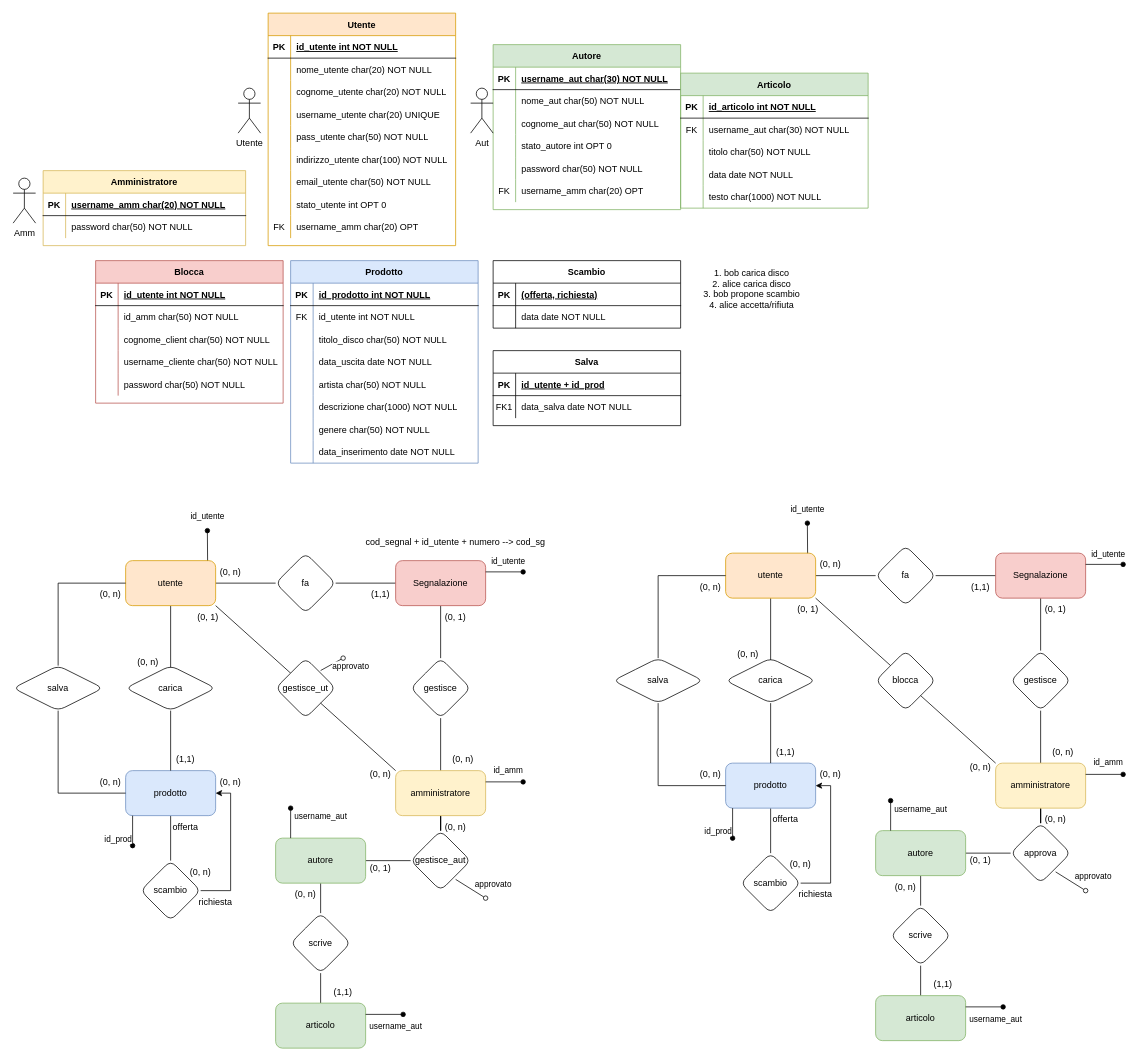
Earlier version of the draw.io diagram testDraw.drawio (nonPitte/testDraw). Source tidied: cells renumbered, new cells numbered last; positions are measured from the earlier drawing's top-left corner, leaving out a move shared by most shapes. Both pictures are drawn from the tidied source at 75%, with x=0, y=0 at pixel (13, 13).
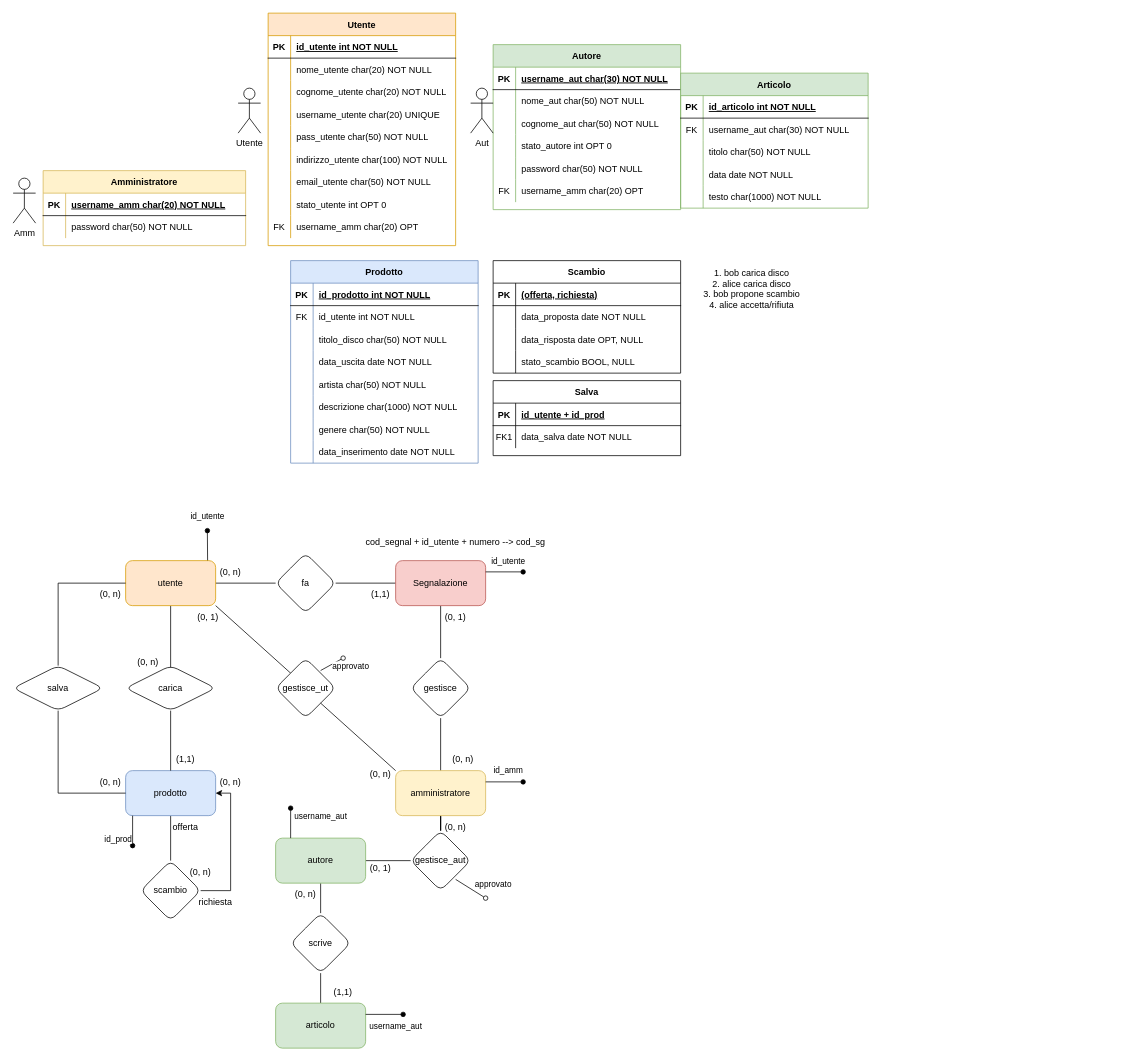
The same diagram, later.

Unchanged cells that the change refers to:
```xml
<mxCell id="126" style="shape=partialRectangle;fillColor=none;top=0;left=0;right=0;bottom=0;" parent="122" vertex="1">
  <mxGeometry y="60" width="250" height="30" as="geometry" />
</mxCell>
```

Diff of the diagram source:
```diff
@@
     <mxCell id="97" value="Salva" style="shape=table;startSize=30;childLayout=tableLayout;rowLines=0;fontStyle=1;align=center;" parent="1" vertex="1">
-      <mxGeometry x="640" y="450" width="250" height="100" as="geometry" />
+      <mxGeometry x="640" y="490" width="250" height="100" as="geometry" />
     </mxCell>
@@
-    <mxCell id="106" value="Blocca" style="shape=table;startSize=30;childLayout=tableLayout;rowLines=0;fontStyle=1;align=center;fillColor=#f8cecc;strokeColor=#b85450;" parent="1" vertex="1">
-      <mxGeometry x="110" y="330" width="250" height="190" as="geometry" />
-    </mxCell>
-    <mxCell id="107" style="shape=partialRectangle;fillColor=none;top=0;left=0;right=0;bottom=1;" parent="106" vertex="1">
-      <mxGeometry y="30" width="250" height="30" as="geometry" />
-    </mxCell>
-    <mxCell id="108" value="PK" style="shape=partialRectangle;overflow=hidden;fillColor=none;top=0;left=0;bottom=0;right=0;fontStyle=1;" parent="107" vertex="1">
-      <mxGeometry width="30" height="30" as="geometry" />
-    </mxCell>
-    <mxCell id="109" value="id_utente int NOT NULL " style="shape=partialRectangle;overflow=hidden;fillColor=none;top=0;left=0;bottom=0;right=0;align=left;spacingLeft=6;fontStyle=5;" parent="107" vertex="1">
-      <mxGeometry x="30" width="220" height="30" as="geometry" />
-    </mxCell>
-    <mxCell id="110" style="shape=partialRectangle;fillColor=none;top=0;left=0;right=0;bottom=0;" parent="106" vertex="1">
-      <mxGeometry y="60" width="250" height="30" as="geometry" />
-    </mxCell>
-    <mxCell id="111" style="shape=partialRectangle;overflow=hidden;fillColor=none;top=0;left=0;bottom=0;right=0;" parent="110" vertex="1">
-      <mxGeometry width="30" height="30" as="geometry" />
-    </mxCell>
-    <mxCell id="112" value="id_amm char(50) NOT NULL" style="shape=partialRectangle;overflow=hidden;fillColor=none;top=0;left=0;bottom=0;right=0;align=left;spacingLeft=6;" parent="110" vertex="1">
-      <mxGeometry x="30" width="220" height="30" as="geometry" />
-    </mxCell>
-    <mxCell id="113" style="shape=partialRectangle;fillColor=none;top=0;left=0;right=0;bottom=0;" parent="106" vertex="1">
-      <mxGeometry y="90" width="250" height="30" as="geometry" />
-    </mxCell>
-    <mxCell id="114" style="shape=partialRectangle;overflow=hidden;fillColor=none;top=0;left=0;bottom=0;right=0;" parent="113" vertex="1">
-      <mxGeometry width="30" height="30" as="geometry" />
-    </mxCell>
-    <mxCell id="115" value="cognome_client char(50) NOT NULL" style="shape=partialRectangle;overflow=hidden;fillColor=none;top=0;left=0;bottom=0;right=0;align=left;spacingLeft=6;" parent="113" vertex="1">
-      <mxGeometry x="30" width="220" height="30" as="geometry" />
-    </mxCell>
-    <mxCell id="116" style="shape=partialRectangle;fillColor=none;top=0;left=0;right=0;bottom=0;" parent="106" vertex="1">
-      <mxGeometry y="120" width="250" height="30" as="geometry" />
-    </mxCell>
-    <mxCell id="117" style="shape=partialRectangle;overflow=hidden;fillColor=none;top=0;left=0;bottom=0;right=0;" parent="116" vertex="1">
-      <mxGeometry width="30" height="30" as="geometry" />
-    </mxCell>
-    <mxCell id="118" value="username_cliente char(50) NOT NULL" style="shape=partialRectangle;overflow=hidden;fillColor=none;top=0;left=0;bottom=0;right=0;align=left;spacingLeft=6;" parent="116" vertex="1">
-      <mxGeometry x="30" width="220" height="30" as="geometry" />
-    </mxCell>
-    <mxCell id="119" style="shape=partialRectangle;fillColor=none;top=0;left=0;right=0;bottom=0;" parent="106" vertex="1">
-      <mxGeometry y="150" width="250" height="30" as="geometry" />
-    </mxCell>
-    <mxCell id="120" style="shape=partialRectangle;overflow=hidden;fillColor=none;top=0;left=0;bottom=0;right=0;" parent="119" vertex="1">
-      <mxGeometry width="30" height="30" as="geometry" />
-    </mxCell>
-    <mxCell id="121" value="password char(50) NOT NULL" style="shape=partialRectangle;overflow=hidden;fillColor=none;top=0;left=0;bottom=0;right=0;align=left;spacingLeft=6;" parent="119" vertex="1">
-      <mxGeometry x="30" width="220" height="30" as="geometry" />
-    </mxCell>
     <mxCell id="122" value="Scambio" style="shape=table;startSize=30;childLayout=tableLayout;rowLines=0;fontStyle=1;align=center;" parent="1" vertex="1">
-      <mxGeometry x="640" y="330" width="250" height="90" as="geometry" />
+      <mxGeometry x="640" y="330" width="250" height="150" as="geometry" />
     </mxCell>
@@
-    <mxCell id="128" value="data date NOT NULL" style="shape=partialRectangle;overflow=hidden;fillColor=none;top=0;left=0;bottom=0;right=0;align=left;spacingLeft=6;" parent="126" vertex="1">
+    <mxCell id="128" value="data_proposta date NOT NULL" style="shape=partialRectangle;overflow=hidden;fillColor=none;top=0;left=0;bottom=0;right=0;align=left;spacingLeft=6;" parent="126" vertex="1">
       <mxGeometry x="30" width="220" height="30" as="geometry" />
     </mxCell>
+    <mxCell id="113" style="shape=partialRectangle;fillColor=none;top=0;left=0;right=0;bottom=0;" parent="122" vertex="1">
+      <mxGeometry y="90" width="250" height="30" as="geometry" />
+    </mxCell>
+    <mxCell id="245" style="shape=partialRectangle;overflow=hidden;fillColor=none;top=0;left=0;bottom=0;right=0;" parent="113" vertex="1">
+      <mxGeometry width="30" height="30" as="geometry" />
+    </mxCell>
+    <mxCell id="246" value="data_risposta date OPT, NULL" style="shape=partialRectangle;overflow=hidden;fillColor=none;top=0;left=0;bottom=0;right=0;align=left;spacingLeft=6;" parent="113" vertex="1">
+      <mxGeometry x="30" width="220" height="30" as="geometry" />
+    </mxCell>
+    <mxCell id="116" style="shape=partialRectangle;fillColor=none;top=0;left=0;right=0;bottom=0;" parent="122" vertex="1">
+      <mxGeometry y="120" width="250" height="30" as="geometry" />
+    </mxCell>
+    <mxCell id="247" style="shape=partialRectangle;overflow=hidden;fillColor=none;top=0;left=0;bottom=0;right=0;" parent="116" vertex="1">
+      <mxGeometry width="30" height="30" as="geometry" />
+    </mxCell>
+    <mxCell id="248" value="stato_scambio BOOL, NULL" style="shape=partialRectangle;overflow=hidden;fillColor=none;top=0;left=0;bottom=0;right=0;align=left;spacingLeft=6;" parent="116" vertex="1">
+      <mxGeometry x="30" width="220" height="30" as="geometry" />
+    </mxCell>
@@
-    <mxCell id="188" style="edgeStyle=orthogonalEdgeStyle;rounded=0;jettySize=auto;html=1;endArrow=none;endFill=0;" parent="1" edge="1" source="214" target="190">
-      <mxGeometry relative="1" as="geometry" />
-    </mxCell>
-    <mxCell id="189" style="edgeStyle=orthogonalEdgeStyle;rounded=0;jettySize=auto;html=1;endArrow=none;endFill=0;exitX=1;exitY=0.5;exitDx=0;exitDy=0;" parent="1" edge="1" source="190" target="192">
-      <mxGeometry relative="1" as="geometry" />
-    </mxCell>
-    <mxCell id="190" value="fa" style="rhombus;whiteSpace=wrap;html=1;rounded=1;" parent="1" vertex="1">
-      <mxGeometry x="1150" y="710" width="80" height="80" as="geometry" />
-    </mxCell>
-    <mxCell id="191" style="edgeStyle=orthogonalEdgeStyle;rounded=0;jettySize=auto;html=1;endArrow=none;endFill=0;" parent="1" edge="1" source="192" target="194">
-      <mxGeometry relative="1" as="geometry" />
-    </mxCell>
-    <mxCell id="192" value="Segnalazione" style="whiteSpace=wrap;html=1;rounded=1;fillColor=#f8cecc;strokeColor=#b85450;" parent="1" vertex="1">
-      <mxGeometry x="1310" y="720" width="120" height="60" as="geometry" />
-    </mxCell>
-    <mxCell id="193" style="edgeStyle=orthogonalEdgeStyle;rounded=0;jettySize=auto;html=1;endArrow=none;endFill=0;" parent="1" edge="1" source="194" target="196">
-      <mxGeometry relative="1" as="geometry" />
-    </mxCell>
-    <mxCell id="194" value="gestisce" style="rhombus;whiteSpace=wrap;html=1;rounded=1;" parent="1" vertex="1">
-      <mxGeometry x="1330" y="850" width="80" height="80" as="geometry" />
-    </mxCell>
-    <mxCell id="195" style="edgeStyle=orthogonalEdgeStyle;rounded=0;jettySize=auto;html=1;endArrow=none;endFill=0;" parent="1" edge="1" source="196" target="231">
-      <mxGeometry relative="1" as="geometry" />
-    </mxCell>
-    <mxCell id="196" value="amministratore" style="whiteSpace=wrap;html=1;rounded=1;fillColor=#fff2cc;strokeColor=#d6b656;" parent="1" vertex="1">
-      <mxGeometry x="1310" y="1000" width="120" height="60" as="geometry" />
-    </mxCell>
-    <mxCell id="197" value="blocca" style="rhombus;whiteSpace=wrap;html=1;rounded=1;" parent="1" vertex="1">
-      <mxGeometry x="1150" y="850" width="80" height="80" as="geometry" />
-    </mxCell>
-    <mxCell id="198" style="endArrow=none;html=1;rounded=0;exitX=1;exitY=1;exitDx=0;exitDy=0;entryX=0;entryY=0;entryDx=0;entryDy=0;" parent="1" edge="1" source="214" target="197">
-      <mxGeometry relative="1" as="geometry" />
-    </mxCell>
-    <mxCell id="199" style="edgeStyle=orthogonalEdgeStyle;rounded=0;jettySize=auto;html=1;endArrow=none;endFill=0;" parent="1" edge="1" source="200" target="227">
-      <mxGeometry relative="1" as="geometry" />
-    </mxCell>
-    <mxCell id="200" value="prodotto" style="whiteSpace=wrap;html=1;rounded=1;fillColor=#dae8fc;strokeColor=#6c8ebf;" parent="1" vertex="1">
-      <mxGeometry x="950" y="1000" width="120" height="60" as="geometry" />
-    </mxCell>
-    <mxCell id="201" value="carica" style="shape=rhombus;perimeter=rhombusPerimeter;whiteSpace=wrap;html=1;align=center;rounded=1;" parent="1" vertex="1">
-      <mxGeometry x="950" y="860" width="120" height="60" as="geometry" />
-    </mxCell>
-    <mxCell id="202" value="(0, n)" style="text;html=1;align=center;verticalAlign=middle;whiteSpace=wrap;rounded=0;" parent="1" vertex="1">
-      <mxGeometry x="950" y="840" width="60" height="30" as="geometry" />
-    </mxCell>
-    <mxCell id="203" style="endArrow=none;html=1;rounded=0;entryX=1;entryY=1;entryDx=0;entryDy=0;exitX=0;exitY=0;exitDx=0;exitDy=0;" parent="1" edge="1" source="196" target="197">
-      <mxGeometry relative="1" as="geometry" />
-    </mxCell>
-    <mxCell id="204" style="endArrow=none;html=1;rounded=0;entryX=0.5;entryY=1;entryDx=0;entryDy=0;exitX=1;exitY=0.75;exitDx=0;exitDy=0;" parent="1" edge="1" source="202" target="214">
-      <mxGeometry relative="1" as="geometry" />
-    </mxCell>
-    <mxCell id="205" style="endArrow=none;html=1;rounded=0;entryX=0.5;entryY=1;entryDx=0;entryDy=0;exitX=0.5;exitY=0;exitDx=0;exitDy=0;" parent="1" edge="1" source="200" target="201">
-      <mxGeometry relative="1" as="geometry" />
-    </mxCell>
-    <mxCell id="206" value="(1,1)" style="text;html=1;align=center;verticalAlign=middle;whiteSpace=wrap;rounded=0;" parent="1" vertex="1">
-      <mxGeometry x="1000" y="970" width="60" height="30" as="geometry" />
-    </mxCell>
-    <mxCell id="207" value="(0, n)" style="text;html=1;align=center;verticalAlign=middle;whiteSpace=wrap;rounded=0;" parent="1" vertex="1">
-      <mxGeometry x="1370" y="970" width="60" height="30" as="geometry" />
-    </mxCell>
-    <mxCell id="208" value="(0, 1)" style="text;html=1;align=center;verticalAlign=middle;whiteSpace=wrap;rounded=0;" parent="1" vertex="1">
-      <mxGeometry x="1360" y="780" width="60" height="30" as="geometry" />
-    </mxCell>
-    <mxCell id="209" value="(1,1)" style="text;html=1;align=center;verticalAlign=middle;whiteSpace=wrap;rounded=0;" parent="1" vertex="1">
-      <mxGeometry x="1260" y="750" width="60" height="30" as="geometry" />
-    </mxCell>
-    <mxCell id="210" value="(0, 1)" style="text;html=1;align=center;verticalAlign=middle;whiteSpace=wrap;rounded=0;" parent="1" vertex="1">
-      <mxGeometry x="1030" y="780" width="60" height="30" as="geometry" />
-    </mxCell>
-    <mxCell id="211" value="(0, n)" style="text;html=1;align=center;verticalAlign=middle;whiteSpace=wrap;rounded=0;" parent="1" vertex="1">
-      <mxGeometry x="1260" y="990" width="60" height="30" as="geometry" />
-    </mxCell>
-    <mxCell id="212" value="(0, n)" style="text;html=1;align=center;verticalAlign=middle;whiteSpace=wrap;rounded=0;" parent="1" vertex="1">
-      <mxGeometry x="1060" y="720" width="60" height="30" as="geometry" />
-    </mxCell>
-    <mxCell id="213" value="&lt;span style=&quot;background-color: transparent;&quot;&gt;id_utente&lt;/span&gt;" style="html=1;verticalAlign=bottom;startArrow=oval;startFill=1;endArrow=none;startSize=6;endSize=8;curved=0;rounded=0;endFill=0;entryX=0.911;entryY=0.043;entryDx=0;entryDy=0;entryPerimeter=0;" parent="1" edge="1" target="214">
-      <mxGeometry x="-1" y="-10" relative="1" as="geometry">
-        <mxPoint x="1059" y="680" as="sourcePoint" />
-        <mxPoint x="10" y="-10" as="offset" />
-      </mxGeometry>
-    </mxCell>
-    <mxCell id="214" value="utente" style="rounded=1;whiteSpace=wrap;html=1;fillColor=#ffe6cc;strokeColor=#d79b00;" parent="1" vertex="1">
-      <mxGeometry x="950" y="720" width="120" height="60" as="geometry" />
-    </mxCell>
-    <mxCell id="215" value="&lt;span style=&quot;background-color: transparent;&quot;&gt;id_amm&lt;br&gt;&lt;/span&gt;" style="html=1;verticalAlign=bottom;startArrow=oval;startFill=1;endArrow=none;startSize=6;endSize=8;curved=0;rounded=0;endFill=0;entryX=1;entryY=0.25;entryDx=0;entryDy=0;" parent="1" edge="1" target="196">
-      <mxGeometry x="-0.2" y="-7" relative="1" as="geometry">
-        <mxPoint x="1480" y="1015" as="sourcePoint" />
-      </mxGeometry>
-    </mxCell>
-    <mxCell id="216" value="&lt;div&gt;id_prod&lt;/div&gt;" style="html=1;verticalAlign=bottom;startArrow=oval;startFill=1;endArrow=none;startSize=6;endSize=8;curved=0;rounded=0;endFill=0;entryX=1;entryY=0.25;entryDx=0;entryDy=0;" parent="1" edge="1">
-      <mxGeometry x="-1" y="19" relative="1" as="geometry">
-        <mxPoint x="959.3" y="1100" as="sourcePoint" />
-        <mxPoint x="959.3" y="1060" as="targetPoint" />
-      </mxGeometry>
-    </mxCell>
-    <mxCell id="217" value="&lt;span style=&quot;background-color: transparent;&quot;&gt;id_utente&lt;/span&gt;" style="html=1;verticalAlign=bottom;startArrow=oval;startFill=1;endArrow=none;startSize=6;endSize=8;curved=0;rounded=0;endFill=0;entryX=1;entryY=0.25;entryDx=0;entryDy=0;" parent="1" edge="1" target="192">
-      <mxGeometry x="-0.2" y="-5" relative="1" as="geometry">
-        <mxPoint x="1480" y="735" as="sourcePoint" />
-      </mxGeometry>
-    </mxCell>
-    <mxCell id="218" style="edgeStyle=orthogonalEdgeStyle;rounded=0;jettySize=auto;html=1;entryX=0;entryY=0.5;entryDx=0;entryDy=0;endArrow=none;endFill=0;" parent="1" edge="1" source="220" target="214">
-      <mxGeometry relative="1" as="geometry">
-        <Array as="points">
-          <mxPoint x="860" y="750" />
-        </Array>
-      </mxGeometry>
-    </mxCell>
-    <mxCell id="219" style="edgeStyle=orthogonalEdgeStyle;rounded=0;jettySize=auto;html=1;exitX=0.5;exitY=1;exitDx=0;exitDy=0;entryX=0;entryY=0.5;entryDx=0;entryDy=0;endArrow=none;endFill=0;" parent="1" edge="1" source="220" target="200">
-      <mxGeometry relative="1" as="geometry" />
-    </mxCell>
-    <mxCell id="220" value="salva" style="shape=rhombus;perimeter=rhombusPerimeter;whiteSpace=wrap;html=1;align=center;rounded=1;" parent="1" vertex="1">
-      <mxGeometry x="800" y="860" width="120" height="60" as="geometry" />
-    </mxCell>
-    <mxCell id="221" value="(0, n)" style="text;html=1;align=center;verticalAlign=middle;whiteSpace=wrap;rounded=0;" parent="1" vertex="1">
-      <mxGeometry x="900" y="750" width="60" height="30" as="geometry" />
-    </mxCell>
-    <mxCell id="222" value="(0, n)" style="text;html=1;align=center;verticalAlign=middle;whiteSpace=wrap;rounded=0;" parent="1" vertex="1">
-      <mxGeometry x="900" y="1000" width="60" height="30" as="geometry" />
-    </mxCell>
-    <mxCell id="223" style="edgeStyle=orthogonalEdgeStyle;rounded=0;jettySize=auto;html=1;entryX=1;entryY=0.5;entryDx=0;entryDy=0;" parent="1" edge="1" source="227" target="200">
-      <mxGeometry relative="1" as="geometry">
-        <Array as="points">
-          <mxPoint x="1090" y="1160" />
-          <mxPoint x="1090" y="1030" />
-        </Array>
-      </mxGeometry>
-    </mxCell>
-    <mxCell id="224" value="(0, n)" style="text;html=1;align=center;verticalAlign=middle;whiteSpace=wrap;rounded=0;" parent="1" vertex="1">
-      <mxGeometry x="1060" y="1000" width="60" height="30" as="geometry" />
-    </mxCell>
-    <mxCell id="225" value="&lt;div&gt;offerta&lt;/div&gt;" style="text;html=1;align=center;verticalAlign=middle;whiteSpace=wrap;rounded=0;" parent="1" vertex="1">
-      <mxGeometry x="1000" y="1060" width="60" height="30" as="geometry" />
-    </mxCell>
-    <mxCell id="226" style="group;" parent="1" vertex="1">
-      <mxGeometry x="970" y="1120" width="130" height="80" as="geometry" />
-    </mxCell>
-    <mxCell id="227" value="scambio" style="rhombus;whiteSpace=wrap;html=1;rounded=1;" parent="226" vertex="1">
-      <mxGeometry width="80" height="80" as="geometry" />
-    </mxCell>
-    <mxCell id="228" value="(0, n)" style="text;html=1;align=center;verticalAlign=middle;whiteSpace=wrap;rounded=0;" parent="226" vertex="1">
-      <mxGeometry x="50" width="60" height="30" as="geometry" />
-    </mxCell>
-    <mxCell id="229" value="richiesta" style="text;html=1;align=center;verticalAlign=middle;whiteSpace=wrap;rounded=0;" parent="226" vertex="1">
-      <mxGeometry x="70" y="40" width="60" height="30" as="geometry" />
-    </mxCell>
-    <mxCell id="230" style="edgeStyle=orthogonalEdgeStyle;rounded=0;jettySize=auto;html=1;endArrow=none;endFill=0;" parent="1" edge="1" source="231" target="233">
-      <mxGeometry relative="1" as="geometry" />
-    </mxCell>
-    <mxCell id="231" value="approva" style="rhombus;whiteSpace=wrap;html=1;rounded=1;" parent="1" vertex="1">
-      <mxGeometry x="1330" y="1080" width="80" height="80" as="geometry" />
-    </mxCell>
-    <mxCell id="232" style="edgeStyle=orthogonalEdgeStyle;rounded=0;jettySize=auto;html=1;endArrow=none;endFill=0;" parent="1" edge="1" source="233" target="239">
-      <mxGeometry relative="1" as="geometry" />
-    </mxCell>
-    <mxCell id="233" value="autore" style="whiteSpace=wrap;html=1;rounded=1;fillColor=#d5e8d4;strokeColor=#82b366;" parent="1" vertex="1">
-      <mxGeometry x="1150" y="1090" width="120" height="60" as="geometry" />
-    </mxCell>
-    <mxCell id="234" value="(0, n)" style="text;html=1;align=center;verticalAlign=middle;whiteSpace=wrap;rounded=0;" parent="1" vertex="1">
-      <mxGeometry x="1360" y="1060" width="60" height="30" as="geometry" />
-    </mxCell>
-    <mxCell id="235" value="(0, 1)" style="text;html=1;align=center;verticalAlign=middle;whiteSpace=wrap;rounded=0;" parent="1" vertex="1">
-      <mxGeometry x="1260" y="1115" width="60" height="30" as="geometry" />
-    </mxCell>
-    <mxCell id="236" value="approvato" style="html=1;verticalAlign=bottom;startArrow=oval;startFill=0;endArrow=none;startSize=6;endSize=8;curved=0;rounded=0;endFill=0;entryX=1;entryY=0.25;entryDx=0;entryDy=0;strokeColor=default;" parent="1" edge="1">
-      <mxGeometry x="-1" y="-14" relative="1" as="geometry">
-        <mxPoint x="1430" y="1170" as="sourcePoint" />
-        <mxPoint x="1390" y="1145" as="targetPoint" />
-        <mxPoint x="3" y="2" as="offset" />
-      </mxGeometry>
-    </mxCell>
-    <mxCell id="237" value="&lt;span style=&quot;background-color: transparent;&quot;&gt;username_aut&lt;br&gt;&lt;/span&gt;" style="html=1;verticalAlign=bottom;startArrow=oval;startFill=1;endArrow=none;startSize=6;endSize=8;curved=0;rounded=0;endFill=0;entryX=1;entryY=0.25;entryDx=0;entryDy=0;" parent="1" edge="1">
-      <mxGeometry y="40" relative="1" as="geometry">
-        <mxPoint x="1170" y="1050" as="sourcePoint" />
-        <mxPoint x="1170" y="1090" as="targetPoint" />
-      </mxGeometry>
-    </mxCell>
-    <mxCell id="238" style="edgeStyle=orthogonalEdgeStyle;rounded=0;jettySize=auto;html=1;endArrow=none;endFill=0;" parent="1" edge="1" source="239" target="240">
-      <mxGeometry relative="1" as="geometry" />
-    </mxCell>
-    <mxCell id="239" value="scrive" style="rhombus;whiteSpace=wrap;html=1;rounded=1;" parent="1" vertex="1">
-      <mxGeometry x="1170" y="1190" width="80" height="80" as="geometry" />
-    </mxCell>
-    <mxCell id="240" value="articolo" style="whiteSpace=wrap;html=1;rounded=1;fillColor=#d5e8d4;strokeColor=#82b366;" parent="1" vertex="1">
-      <mxGeometry x="1150" y="1310" width="120" height="60" as="geometry" />
-    </mxCell>
-    <mxCell id="241" value="(1,1)" style="text;html=1;align=center;verticalAlign=middle;whiteSpace=wrap;rounded=0;" parent="1" vertex="1">
-      <mxGeometry x="1210" y="1280" width="60" height="30" as="geometry" />
-    </mxCell>
-    <mxCell id="242" value="(0, n)" style="text;html=1;align=center;verticalAlign=middle;whiteSpace=wrap;rounded=0;" parent="1" vertex="1">
-      <mxGeometry x="1160" y="1150" width="60" height="30" as="geometry" />
-    </mxCell>
-    <mxCell id="243" value="&lt;span style=&quot;background-color: transparent;&quot;&gt;username_aut&lt;br&gt;&lt;/span&gt;" style="html=1;verticalAlign=bottom;startArrow=oval;startFill=1;endArrow=none;startSize=6;endSize=8;curved=0;rounded=0;endFill=0;entryX=1;entryY=0.25;entryDx=0;entryDy=0;" parent="1" edge="1" target="240">
-      <mxGeometry x="-0.6" y="25" relative="1" as="geometry">
-        <mxPoint x="1320" y="1325" as="sourcePoint" />
-      </mxGeometry>
-    </mxCell>
```
